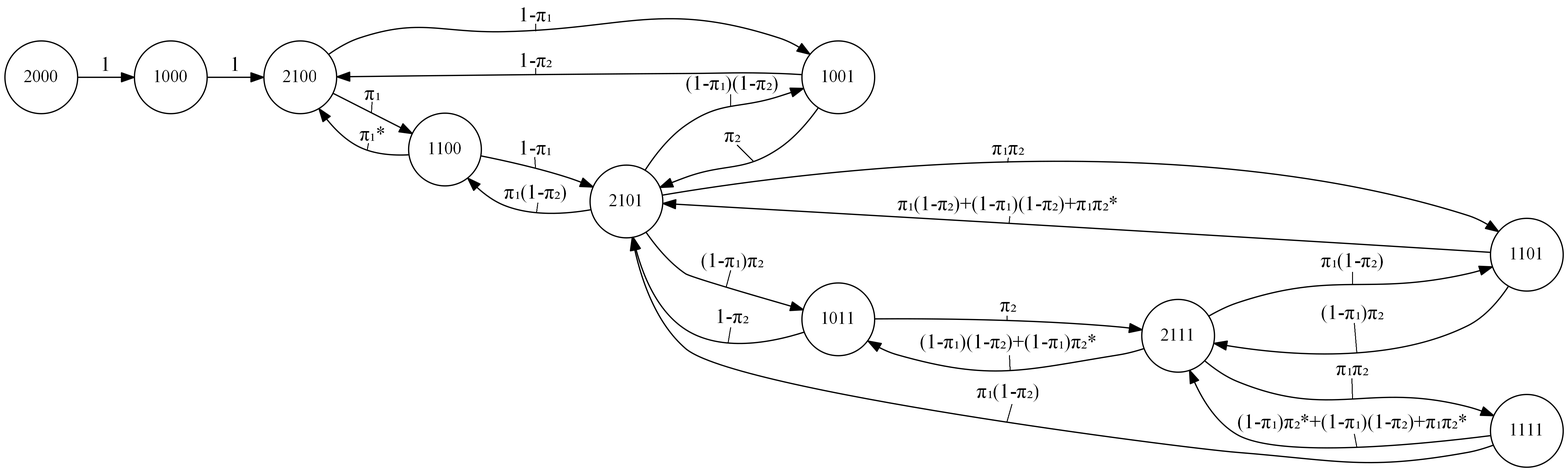
The Graphviz diagram states.png in Meosit/Queuing-System, before a commit. Its source is kept beside it as states.gv.
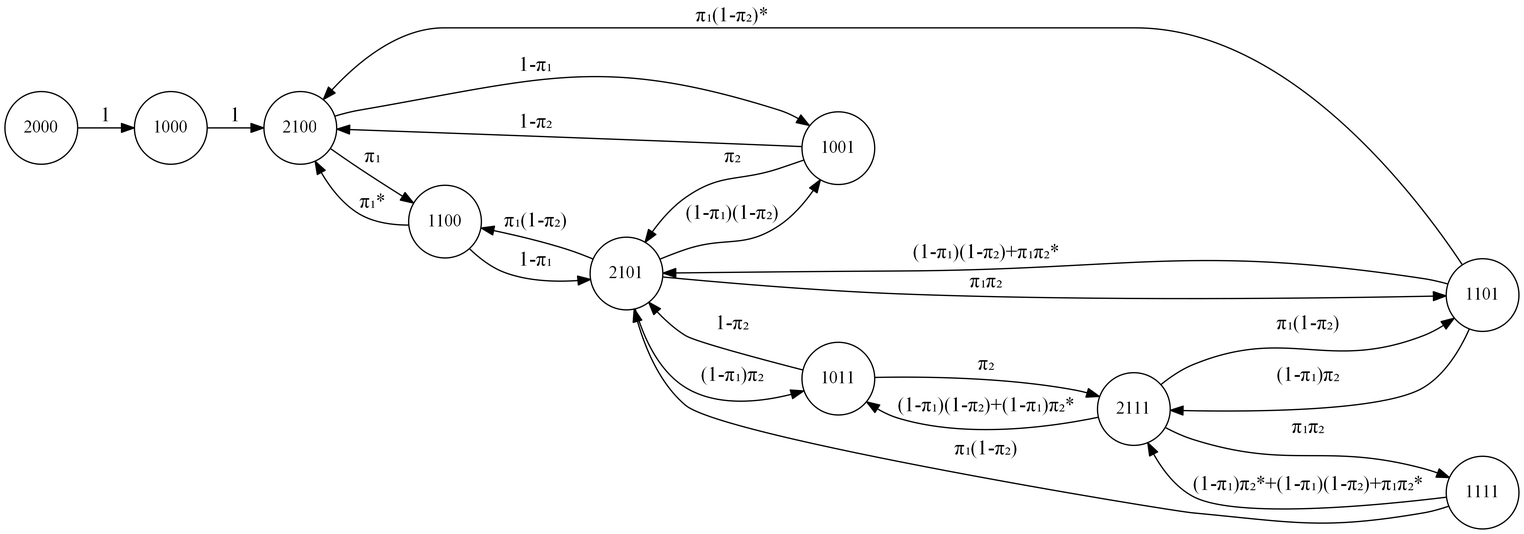
After the commit.

What changed in the source:
```diff
@@ -21,7 +21,8 @@
 	"2101" -> "1101" [label = "&pi;₁&pi;₂"];
 	"2101" -> "1011" [label = "(1-&pi;₁)&pi;₂"];
 
-	"1101" -> "2101" [label = "&pi;₁(1-&pi;₂)+(1-&pi;₁)(1-&pi;₂)+&pi;₁&pi;₂*"];
+	"1101" -> "2100" [label = "&pi;₁(1-&pi;₂)*"];
+	"1101" -> "2101" [label = "(1-&pi;₁)(1-&pi;₂)+&pi;₁&pi;₂*"];
 	"1101" -> "2111" [label = "(1-&pi;₁)&pi;₂"];
 
 	"1011" -> "2101" [label = "1-&pi;₂"];
```
